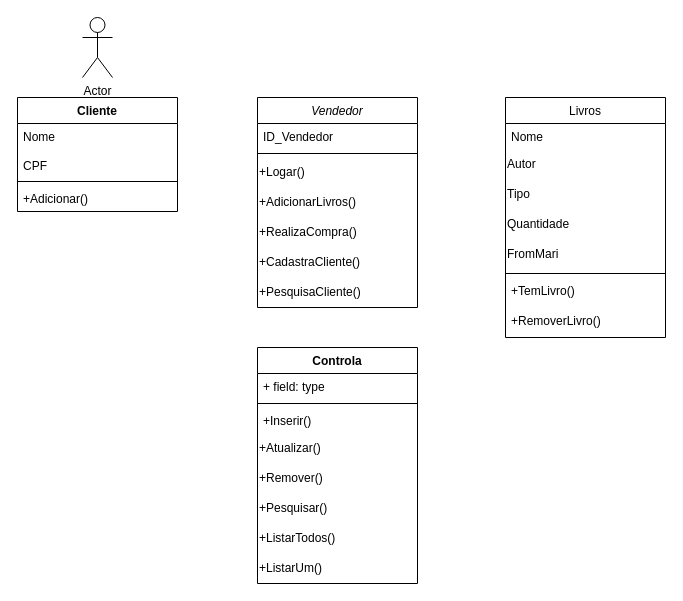
Earlier version of the draw.io diagram Documentação/UML_Primeira_Parte.drawio (AlecrimLunar/Banco-de-dados-Livraria). Source tidied: cells renumbered, new cells numbered last; positions are measured from the earlier drawing's top-left corner, leaving out a move shared by most shapes. Both pictures are drawn from the tidied source at 100%, with x=0, y=0 at pixel (17, 17).
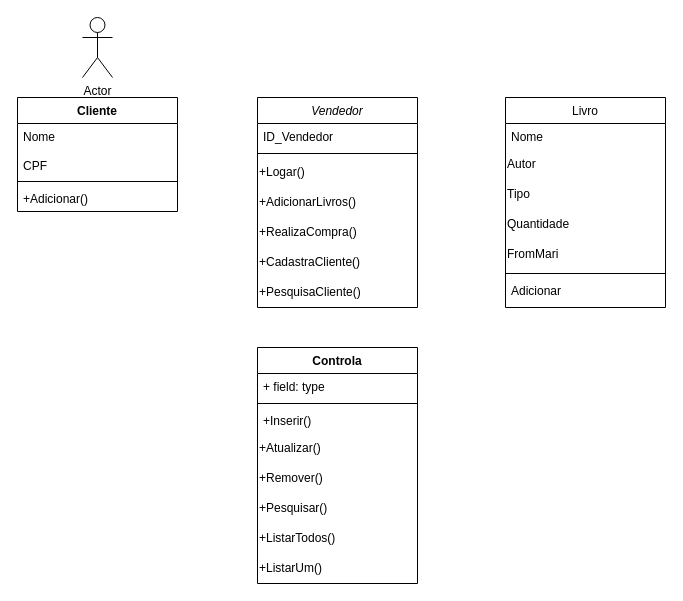
The same diagram, later.

Diff of the diagram source:
```diff
@@
-    <mxCell id="10" value="Livros" style="swimlane;fontStyle=0;align=center;verticalAlign=top;horizontal=1;startSize=26;rounded=0;shadow=0;strokeWidth=1;" parent="1" vertex="1">
-      <mxGeometry x="488" y="80" width="160" height="240" as="geometry" />
+    <mxCell id="10" value="Livro" style="swimlane;fontStyle=0;align=center;verticalAlign=top;horizontal=1;startSize=26;rounded=0;shadow=0;strokeWidth=1;" parent="1" vertex="1">
+      <mxGeometry x="488" y="80" width="160" height="210" as="geometry" />
     </mxCell>
@@
-    <mxCell id="17" value="+TemLivro()" style="text;align=left;verticalAlign=top;spacingLeft=4;spacingRight=4;overflow=hidden;" parent="10" vertex="1">
-      <mxGeometry y="180" width="160" height="30" as="geometry" />
-    </mxCell>
-    <mxCell id="18" value="+RemoverLivro()" style="text;align=left;verticalAlign=top;spacingLeft=4;spacingRight=4;overflow=hidden;" parent="10" vertex="1">
-      <mxGeometry y="210" width="160" height="30" as="geometry" />
+    <mxCell id="18" value="Adicionar" style="text;align=left;verticalAlign=top;spacingLeft=4;spacingRight=4;overflow=hidden;" parent="10" vertex="1">
+      <mxGeometry y="180" width="160" height="30" as="geometry" />
     </mxCell>
```
